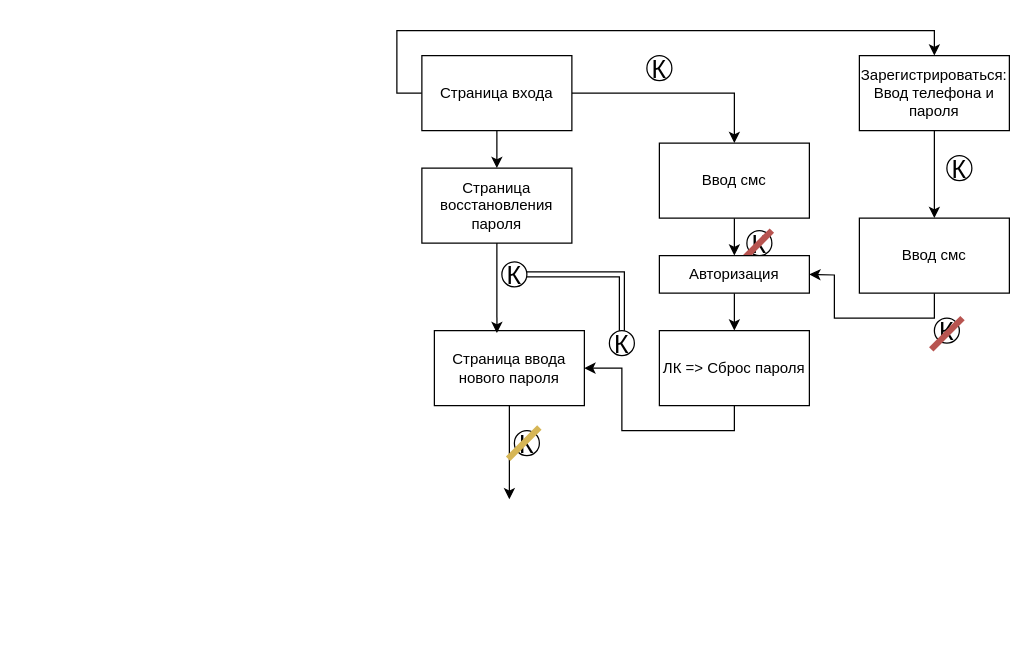
This is Диаграмма без названия.drawio from grfoger/grfoger, a draw.io file, before an edit. Source tidied: cells renumbered, new cells numbered last; positions are measured from the earlier drawing's top-left corner, leaving out a move shared by most shapes. Both pictures are drawn from the tidied source at 125%, with x=0, y=0 at pixel (421, 55).
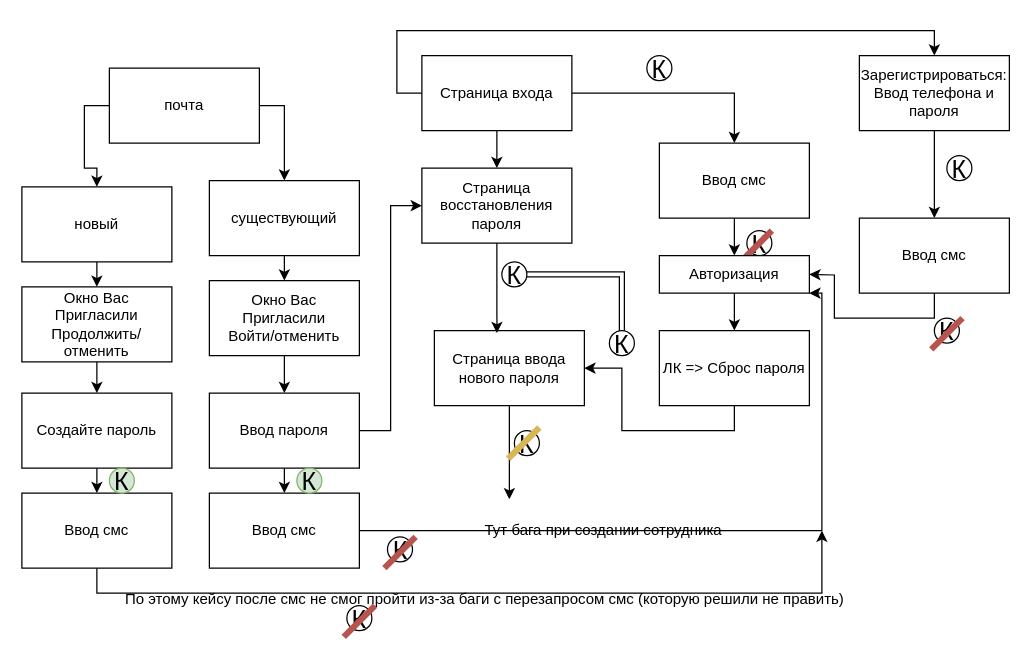
Above is the later version.

The change refers to these unchanged cells:
```xml
<mxCell id="10" value="Страница восстановления пароля" style="rounded=0;whiteSpace=wrap;html=1;" parent="1" vertex="1">
  <mxGeometry y="90" width="120" height="60" as="geometry" />
</mxCell>
<mxCell id="30" value="Авторизация" style="rounded=0;whiteSpace=wrap;html=1;" parent="1" vertex="1">
  <mxGeometry x="190" y="160" width="120" height="30" as="geometry" />
</mxCell>
```

The edit, as a diff of the source:
```diff
@@
+    <mxCell id="31" style="edgeStyle=orthogonalEdgeStyle;rounded=0;jettySize=auto;html=1;exitX=0;exitY=0.5;exitDx=0;exitDy=0;entryX=0.5;entryY=0;entryDx=0;entryDy=0;" parent="1" edge="1" source="33" target="37">
+      <mxGeometry relative="1" as="geometry" />
+    </mxCell>
+    <mxCell id="32" style="edgeStyle=orthogonalEdgeStyle;rounded=0;jettySize=auto;html=1;exitX=1;exitY=0.5;exitDx=0;exitDy=0;entryX=0.5;entryY=0;entryDx=0;entryDy=0;" parent="1" edge="1" source="33" target="35">
+      <mxGeometry relative="1" as="geometry" />
+    </mxCell>
+    <mxCell id="33" value="почта" style="rounded=0;whiteSpace=wrap;html=1;" parent="1" vertex="1">
+      <mxGeometry x="-250" y="10" width="120" height="60" as="geometry" />
+    </mxCell>
+    <mxCell id="34" style="edgeStyle=orthogonalEdgeStyle;rounded=0;jettySize=auto;html=1;exitX=0.5;exitY=1;exitDx=0;exitDy=0;entryX=0.5;entryY=0;entryDx=0;entryDy=0;" parent="1" edge="1" source="35" target="39">
+      <mxGeometry relative="1" as="geometry" />
+    </mxCell>
+    <mxCell id="35" value="существующий" style="rounded=0;whiteSpace=wrap;html=1;" parent="1" vertex="1">
+      <mxGeometry x="-170" y="100" width="120" height="60" as="geometry" />
+    </mxCell>
+    <mxCell id="36" style="edgeStyle=orthogonalEdgeStyle;rounded=0;jettySize=auto;html=1;exitX=0.5;exitY=1;exitDx=0;exitDy=0;entryX=0.5;entryY=0;entryDx=0;entryDy=0;" parent="1" edge="1" source="37" target="48">
+      <mxGeometry relative="1" as="geometry" />
+    </mxCell>
+    <mxCell id="37" value="новый" style="rounded=0;whiteSpace=wrap;html=1;" parent="1" vertex="1">
+      <mxGeometry x="-320" y="105" width="120" height="60" as="geometry" />
+    </mxCell>
+    <mxCell id="38" style="edgeStyle=orthogonalEdgeStyle;rounded=0;jettySize=auto;html=1;exitX=0.5;exitY=1;exitDx=0;exitDy=0;entryX=0.5;entryY=0;entryDx=0;entryDy=0;" parent="1" edge="1" source="39" target="42">
+      <mxGeometry relative="1" as="geometry" />
+    </mxCell>
+    <mxCell id="39" value="Окно Вас Пригласили&lt;br&gt;Войти/отменить" style="rounded=0;whiteSpace=wrap;html=1;" parent="1" vertex="1">
+      <mxGeometry x="-170" y="180" width="120" height="60" as="geometry" />
+    </mxCell>
+    <mxCell id="40" style="edgeStyle=orthogonalEdgeStyle;rounded=0;jettySize=auto;html=1;exitX=1;exitY=0.5;exitDx=0;exitDy=0;entryX=0;entryY=0.5;entryDx=0;entryDy=0;" parent="1" edge="1" source="42" target="10">
+      <mxGeometry relative="1" as="geometry" />
+    </mxCell>
+    <mxCell id="41" style="edgeStyle=orthogonalEdgeStyle;rounded=0;jettySize=auto;html=1;exitX=0.5;exitY=1;exitDx=0;exitDy=0;entryX=0.5;entryY=0;entryDx=0;entryDy=0;" parent="1" edge="1" source="42" target="44">
+      <mxGeometry relative="1" as="geometry" />
+    </mxCell>
+    <mxCell id="42" value="Ввод пароля" style="rounded=0;whiteSpace=wrap;html=1;" parent="1" vertex="1">
+      <mxGeometry x="-170" y="270" width="120" height="60" as="geometry" />
+    </mxCell>
+    <mxCell id="43" style="edgeStyle=orthogonalEdgeStyle;rounded=0;jettySize=auto;html=1;exitX=1;exitY=0.5;exitDx=0;exitDy=0;entryX=1;entryY=1;entryDx=0;entryDy=0;" parent="1" edge="1" source="44" target="30">
+      <mxGeometry relative="1" as="geometry">
+        <Array as="points">
+          <mxPoint x="320" y="380" />
+          <mxPoint x="320" y="190" />
+        </Array>
+      </mxGeometry>
+    </mxCell>
+    <mxCell id="44" value="Ввод смс" style="rounded=0;whiteSpace=wrap;html=1;" parent="1" vertex="1">
+      <mxGeometry x="-170" y="350" width="120" height="60" as="geometry" />
+    </mxCell>
+    <mxCell id="45" value="&lt;font style=&quot;font-size: 20px;&quot;&gt;К&lt;/font&gt;" style="ellipse;whiteSpace=wrap;html=1;" parent="1" vertex="1">
+      <mxGeometry x="-27.5" y="385" width="20" height="20" as="geometry" />
+    </mxCell>
+    <mxCell id="46" style="endArrow=none;html=1;rounded=0;fillColor=#f8cecc;strokeColor=#b85450;strokeWidth=5;" parent="1" edge="1">
+      <mxGeometry relative="1" as="geometry">
+        <mxPoint x="-30" y="410" as="sourcePoint" />
+        <mxPoint x="-5" y="385" as="targetPoint" />
+      </mxGeometry>
+    </mxCell>
+    <mxCell id="47" style="edgeStyle=orthogonalEdgeStyle;rounded=0;jettySize=auto;html=1;exitX=0.5;exitY=1;exitDx=0;exitDy=0;entryX=0.5;entryY=0;entryDx=0;entryDy=0;" parent="1" edge="1" source="48" target="50">
+      <mxGeometry relative="1" as="geometry" />
+    </mxCell>
+    <mxCell id="48" value="Окно Вас Пригласили&lt;br&gt;Продолжить/отменить" style="rounded=0;whiteSpace=wrap;html=1;" parent="1" vertex="1">
+      <mxGeometry x="-320" y="185" width="120" height="60" as="geometry" />
+    </mxCell>
+    <mxCell id="49" style="edgeStyle=orthogonalEdgeStyle;rounded=0;jettySize=auto;html=1;exitX=0.5;exitY=1;exitDx=0;exitDy=0;entryX=0.5;entryY=0;entryDx=0;entryDy=0;" parent="1" edge="1" source="50" target="52">
+      <mxGeometry relative="1" as="geometry" />
+    </mxCell>
+    <mxCell id="50" value="Создайте пароль" style="rounded=0;whiteSpace=wrap;html=1;" parent="1" vertex="1">
+      <mxGeometry x="-320" y="270" width="120" height="60" as="geometry" />
+    </mxCell>
+    <mxCell id="51" style="edgeStyle=orthogonalEdgeStyle;rounded=0;jettySize=auto;html=1;exitX=0.5;exitY=1;exitDx=0;exitDy=0;" parent="1" edge="1" source="52">
+      <mxGeometry relative="1" as="geometry">
+        <mxPoint x="320" y="380" as="targetPoint" />
+        <Array as="points">
+          <mxPoint x="-260" y="430" />
+          <mxPoint x="320" y="430" />
+        </Array>
+      </mxGeometry>
+    </mxCell>
+    <mxCell id="52" value="Ввод смс" style="rounded=0;whiteSpace=wrap;html=1;" parent="1" vertex="1">
+      <mxGeometry x="-320" y="350" width="120" height="60" as="geometry" />
+    </mxCell>
+    <mxCell id="53" value="&lt;font style=&quot;font-size: 20px;&quot;&gt;К&lt;/font&gt;" style="ellipse;whiteSpace=wrap;html=1;" parent="1" vertex="1">
+      <mxGeometry x="-60" y="440" width="20" height="20" as="geometry" />
+    </mxCell>
+    <mxCell id="54" style="endArrow=none;html=1;rounded=0;fillColor=#f8cecc;strokeColor=#b85450;strokeWidth=5;" parent="1" edge="1">
+      <mxGeometry relative="1" as="geometry">
+        <mxPoint x="-62.5" y="465" as="sourcePoint" />
+        <mxPoint x="-37.5" y="440" as="targetPoint" />
+      </mxGeometry>
+    </mxCell>
+    <mxCell id="55" value="Тут бага при создании сотрудника" style="text;html=1;align=center;verticalAlign=middle;strokeColor=none;fillColor=none;" parent="1" vertex="1">
+      <mxGeometry x="40" y="365" width="210" height="30" as="geometry" />
+    </mxCell>
+    <mxCell id="56" value="По этому кейсу после смс не смог пройти из-за баги с перезапросом смс (которую решили не править)" style="text;html=1;align=center;verticalAlign=middle;strokeColor=none;fillColor=none;" parent="1" vertex="1">
+      <mxGeometry x="-250" y="420" width="600" height="30" as="geometry" />
+    </mxCell>
+    <mxCell id="57" value="&lt;font style=&quot;font-size: 20px;&quot;&gt;К&lt;/font&gt;" style="ellipse;whiteSpace=wrap;html=1;fillColor=#d5e8d4;strokeColor=#82b366;" parent="1" vertex="1">
+      <mxGeometry x="-250" y="330" width="20" height="20" as="geometry" />
+    </mxCell>
+    <mxCell id="58" value="&lt;font style=&quot;font-size: 20px;&quot;&gt;К&lt;/font&gt;" style="ellipse;whiteSpace=wrap;html=1;fillColor=#d5e8d4;strokeColor=#82b366;" parent="1" vertex="1">
+      <mxGeometry x="-100" y="330" width="20" height="20" as="geometry" />
+    </mxCell>
```
